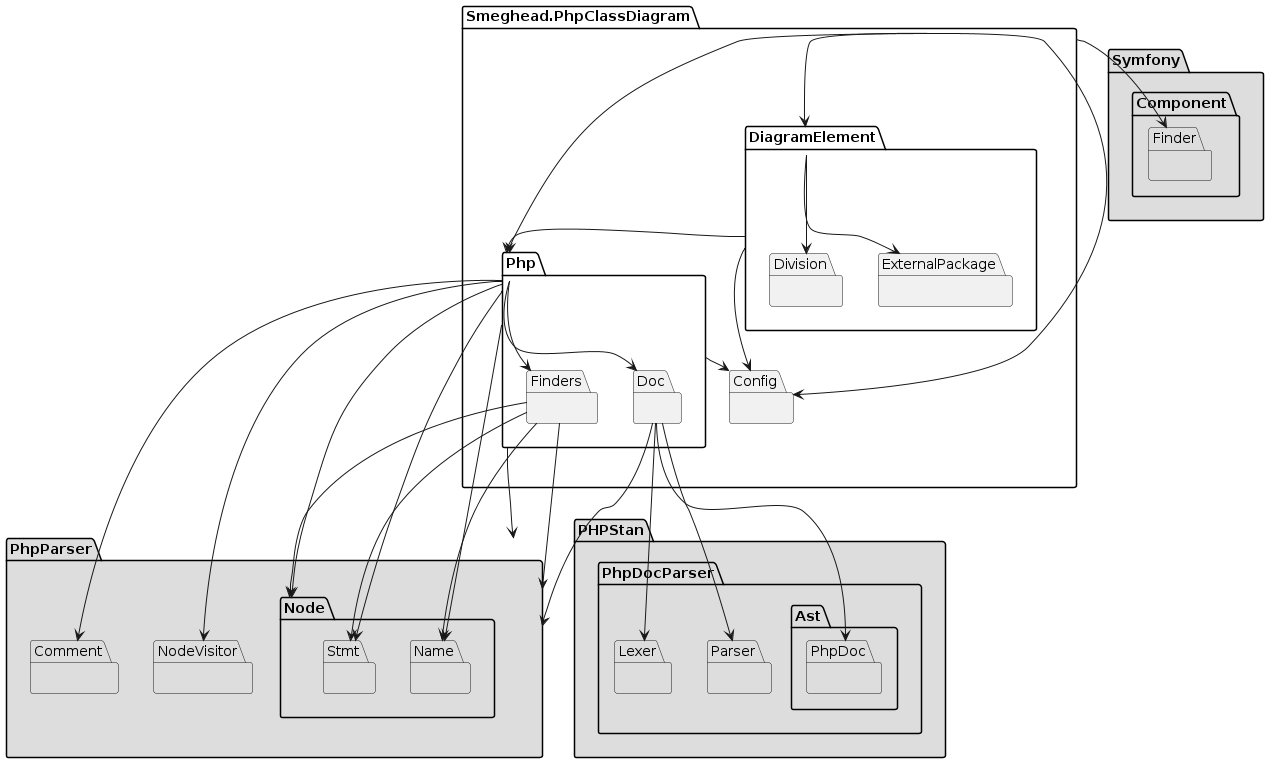
smeghead/php-class-diagram keeps this PlantUML diagram as dogfood-package.png. Above is the earlier version.
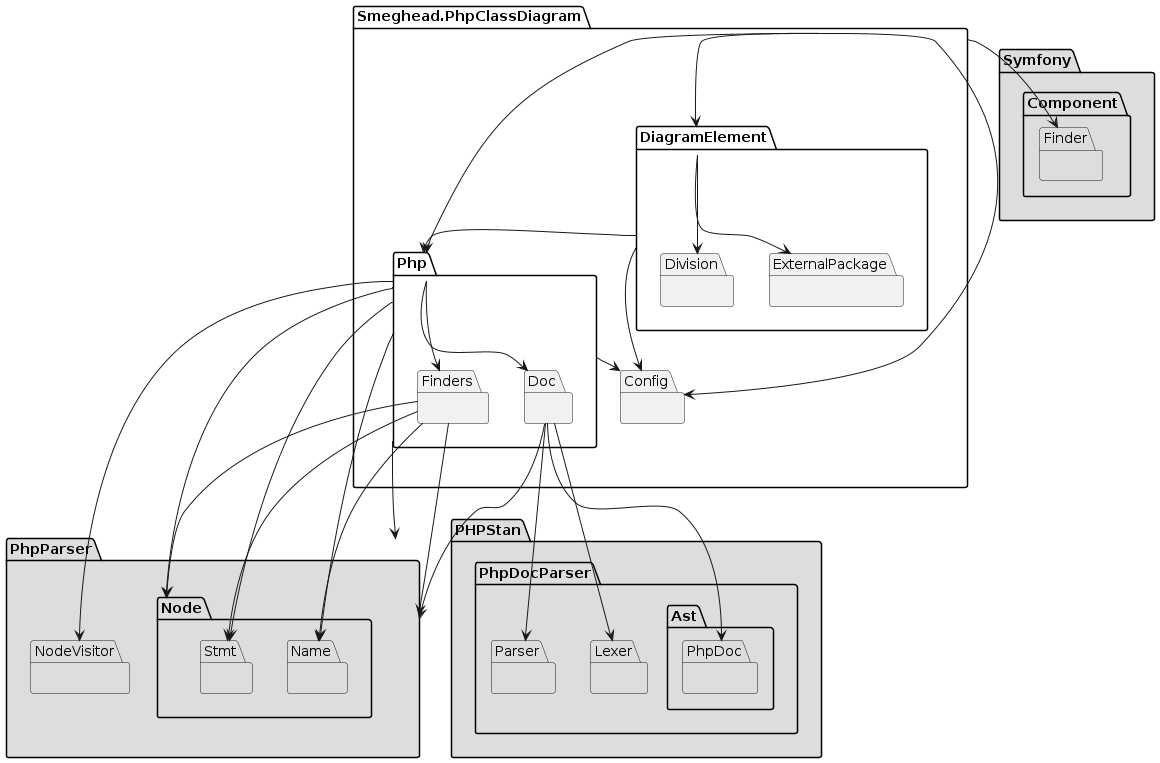
Above is the later version.

What changed in the source:
```diff
@@ -22,8 +22,6 @@
     }
   }
   package PhpParser #DDDDDD {
-    package Comment #DDDDDD {
-    }
     package Node #DDDDDD {
       package Stmt #DDDDDD {
       }
@@ -45,12 +43,10 @@
       }
     }
   }
-
   PhpClassDiagram --> Finder
   PhpClassDiagram --> Config
   PhpClassDiagram --> DiagramElement
   PhpClassDiagram --> Php
-  Php --> Comment
   Php --> Stmt
   Php --> Doc
   Php --> PhpParser
```
